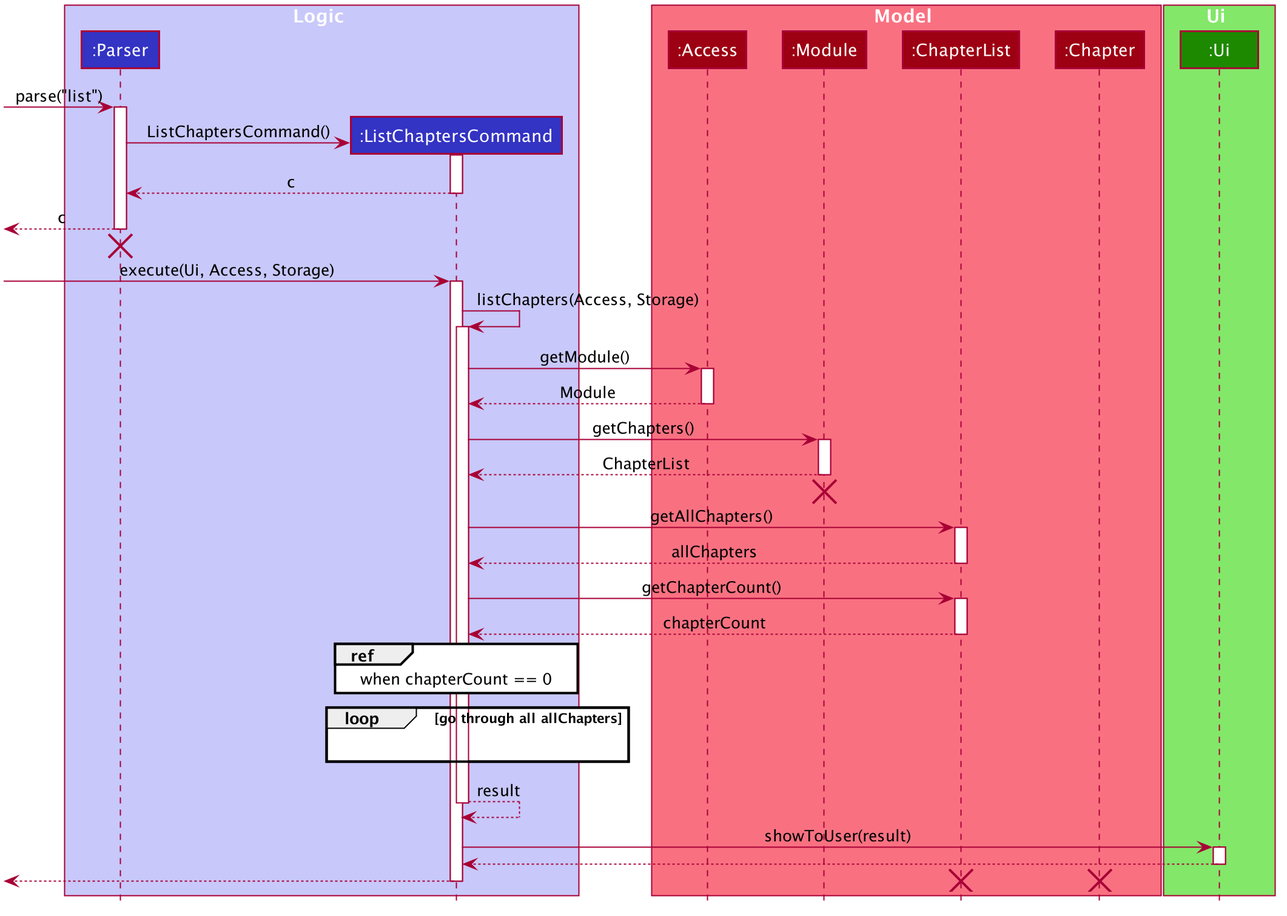
Earlier version of the PlantUML export docs/UML/listchap_seq_diagram.png (nus-cs2113-AY2021S1/tp). Source of this version:
```plantuml
@startuml








skinparam BackgroundColor #FFFFFFF

skinparam Shadowing false

skinparam Class {
    FontColor #FFFFFF
    BorderThickness 1
    BorderColor #FFFFFF
    StereotypeFontColor #FFFFFF
    FontName Arial
}

skinparam Actor {
    BorderColor #000000
    Color #000000
    FontName Arial
}

skinparam Sequence {
    MessageAlign center
    BoxFontSize 15
    BoxPadding 0
    BoxFontColor #FFFFFF
    FontName Arial
}

skinparam Participant {
    FontColor #FFFFFFF
    Padding 20
}

skinparam MinClassWidth 50
skinparam ParticipantPadding 10
skinparam Shadowing false
skinparam DefaultTextAlignment center
skinparam packageStyle Rectangle

hide footbox
hide members
hide circle

box Logic #C8C8FA
participant ":Parser" as Parser #3333C4
participant ":ListChaptersCommand" as ListChaptersCommand #3333C4
end box

box Model #F97181
participant ":Access" as Access #9D0012
participant ":Module" as Module #9D0012
participant ":ChapterList" as ChapterList #9D0012
participant ":Chapter" as Chapter #9D0012
end box

box Ui #83E769
participant ":Ui" as Ui #1D8900
end box

[-> Parser : parse("list")
activate Parser

create ListChaptersCommand
Parser -> ListChaptersCommand : ListChaptersCommand()
activate ListChaptersCommand

ListChaptersCommand --> Parser : c
deactivate ListChaptersCommand

[<-- Parser : c
deactivate Parser
[<-[hidden]- Parser
destroy Parser

[-> ListChaptersCommand : execute(Ui, Access, Storage)
activate ListChaptersCommand

ListChaptersCommand -> ListChaptersCommand : listChapters(Access, Storage)
activate ListChaptersCommand

ListChaptersCommand -> Access : getModule()
activate Access

Access --> ListChaptersCommand : Module
deactivate Access

ListChaptersCommand -> Module : getChapters()
activate Module

Module--> ListChaptersCommand : ChapterList
deactivate Module
[<-[hidden]- ListChaptersCommand
destroy Module

ListChaptersCommand -> ChapterList : getAllChapters()
activate ChapterList

ChapterList --> ListChaptersCommand : allChapters
deactivate ChapterList

ListChaptersCommand -> ChapterList : getChapterCount()
activate ChapterList

ChapterList --> ListChaptersCommand : chapterCount
deactivate ChapterList

ref over ListChaptersCommand
when chapterCount == 0
end

loop go through all allChapters
ListChaptersCommand -[hidden]-> ListChaptersCommand
end

activate ListChaptersCommand
ListChaptersCommand --> ListChaptersCommand : result
deactivate ListChaptersCommand

ListChaptersCommand -> Ui : showToUser(result)
activate Ui

Ui --> ListChaptersCommand
deactivate Ui

[<-- ListChaptersCommand
deactivate ListChaptersCommand

destroy ChapterList
destroy Chapter
@enduml
```
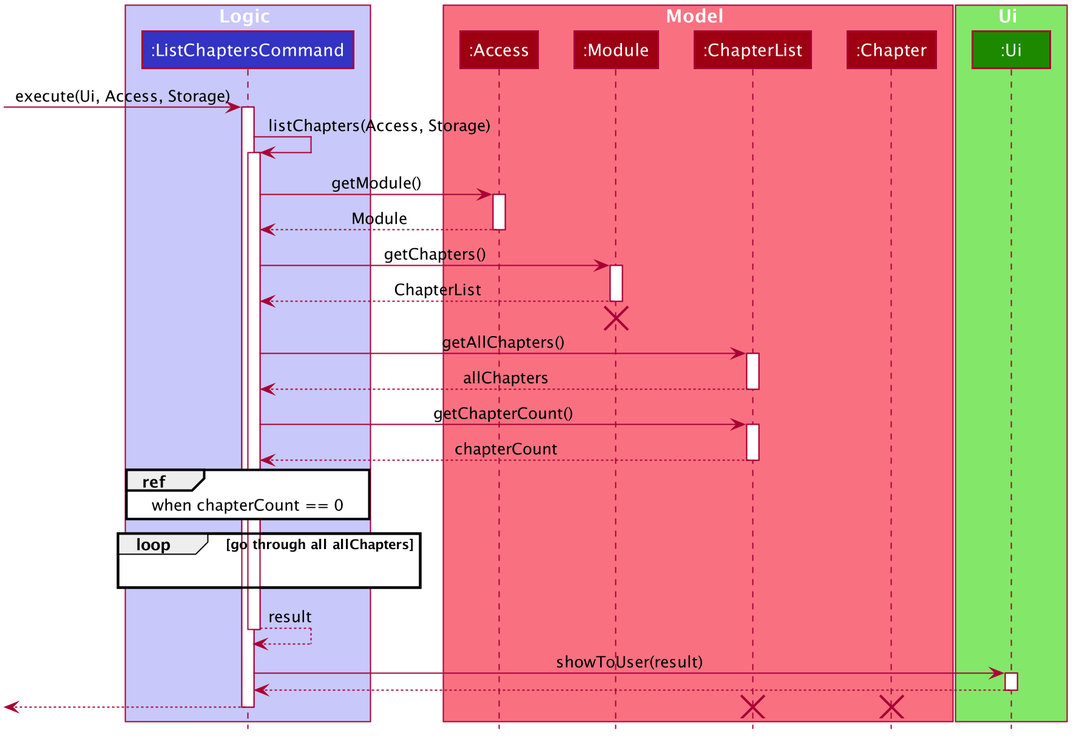
The same diagram one commit later.

What changed in the source:
```diff
@@ -43,13 +43,14 @@
 skinparam Shadowing false
 skinparam DefaultTextAlignment center
 skinparam packageStyle Rectangle
+skinparam classAttributeIconSize 0
+skinparam classAttributeFontColor white
 
 hide footbox
 hide members
 hide circle
 
 box Logic #C8C8FA
-participant ":Parser" as Parser #3333C4
 participant ":ListChaptersCommand" as ListChaptersCommand #3333C4
 end box
 
@@ -63,21 +64,6 @@
 box Ui #83E769
 participant ":Ui" as Ui #1D8900
 end box
-
-[-> Parser : parse("list")
-activate Parser
-
-create ListChaptersCommand
-Parser -> ListChaptersCommand : ListChaptersCommand()
-activate ListChaptersCommand
-
-ListChaptersCommand --> Parser : c
-deactivate ListChaptersCommand
-
-[<-- Parser : c
-deactivate Parser
-[<-[hidden]- Parser
-destroy Parser
 
 [-> ListChaptersCommand : execute(Ui, Access, Storage)
 activate ListChaptersCommand
```
